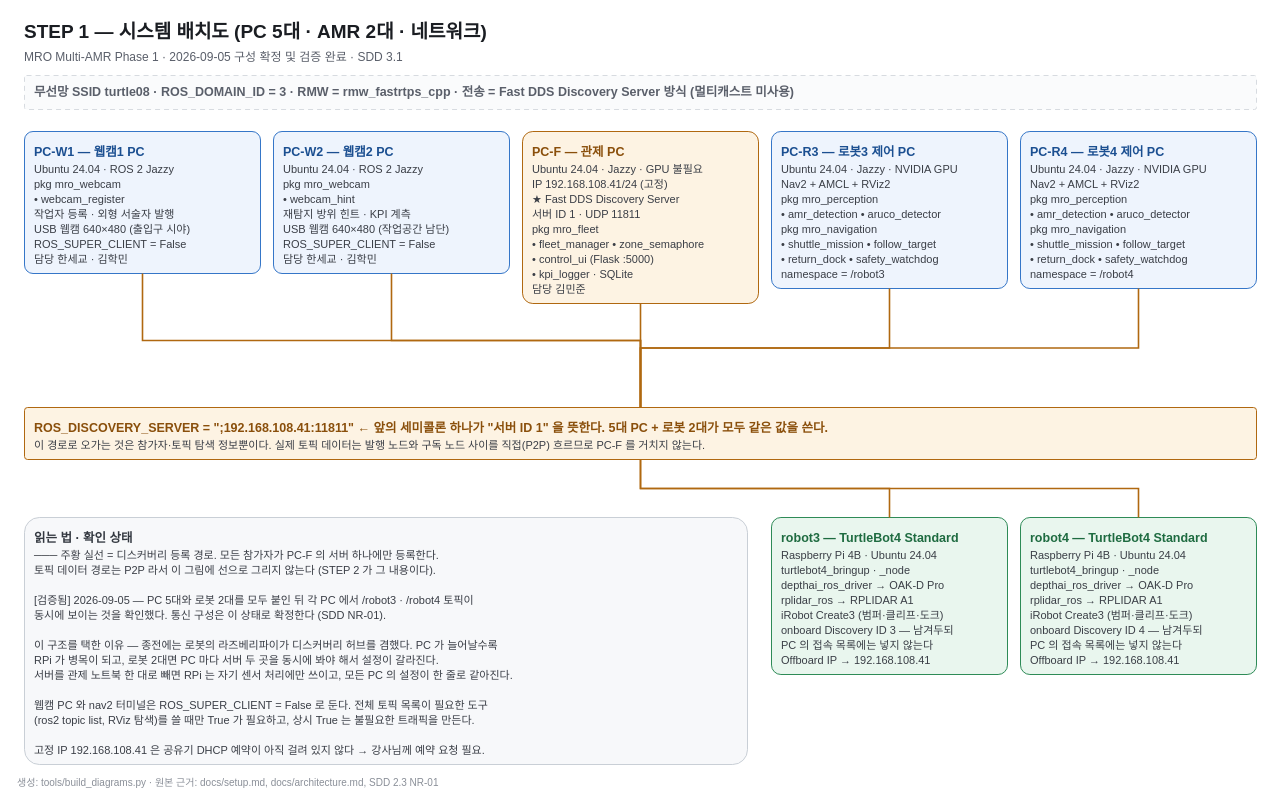
Before: page "STEP1 배치도" (3 of 6) of docs/diagrams/mro_design_diagrams.drawio in Jik-Kim/mro-multi-amr, a draw.io diagram. Source tidied: cells renumbered, new cells numbered last; positions are measured from the earlier drawing's top-left corner, leaving out a move shared by most shapes. Both pictures are drawn from the tidied source at 100%, with x=0, y=0 at pixel (17, 17).
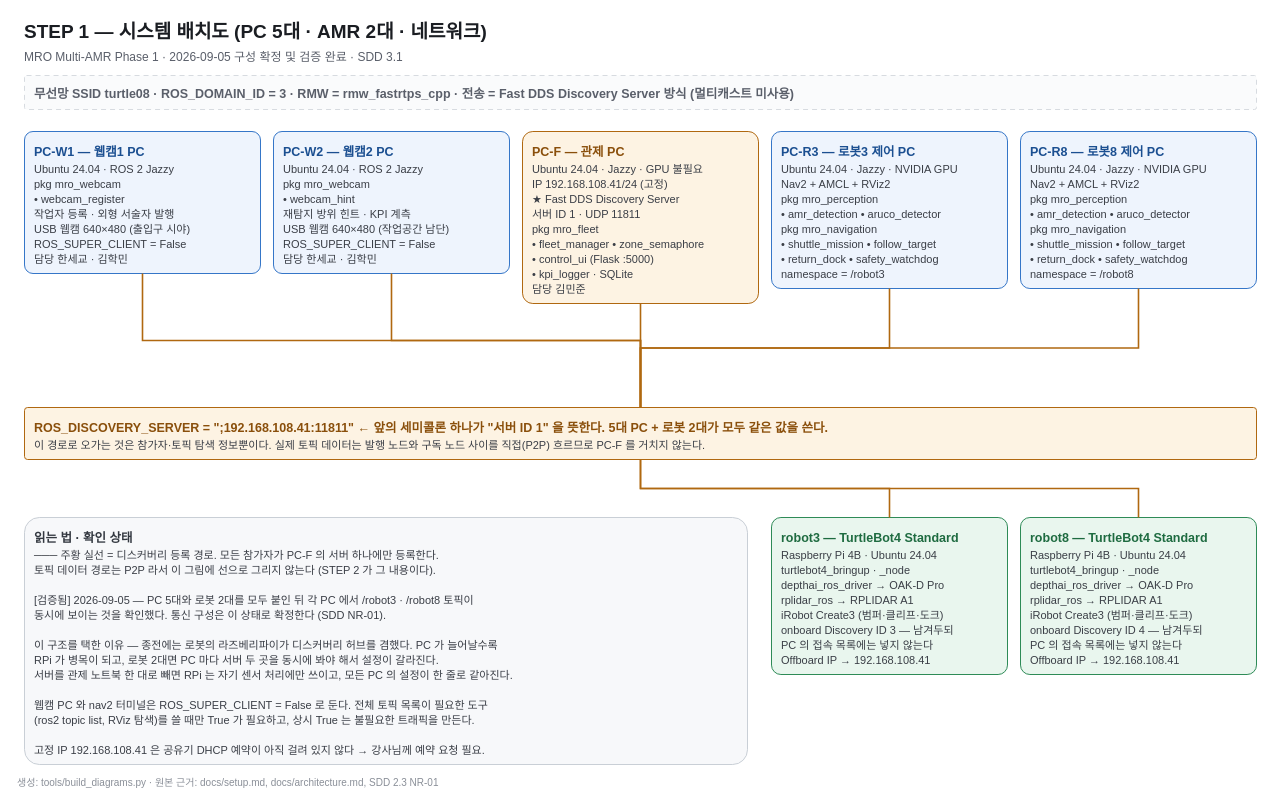
Above is the later version.

Commit message (it also covers changes not shown here):
설계도: STEP 0 통합 상세 2장 추가 · 기체 교체 반영 (draw.io 6페이지)

What changed in the source:
```diff
@@
-    <mxCell id="4" value="&lt;font style=&quot;font-size:12.5px;line-height:19px&quot; color=&quot;#5A5F6A&quot;&gt;&lt;b&gt;무선망 SSID turtle08   ·   ROS_DOMAIN_ID = 3   ·   RMW = rmw_fastrtps_cpp   ·   전송 = Fast DDS Discovery Server 방식 (멀티캐스트 미사용)&lt;/b&gt;&lt;/font&gt;" style="rounded=1;arcSize=6;whiteSpace=nowrap;html=1;fillColor=#FAFBFC;strokeColor=#D7DBE0;align=left;spacingLeft=10;verticalAlign=middle;spacing=0;spacingTop=0;spacingBottom=0;fontFamily=Noto Sans KR;fontSize=11;dashed=1;dashPattern=5 4;" parent="1" vertex="1">
+    <mxCell id="4" value="&lt;font style=&quot;font-size:12.5px;line-height:19px&quot; color=&quot;#5A5F6A&quot;&gt;&lt;b&gt;무선망 SSID turtle08   ·   ROS_DOMAIN_ID = 3   ·   RMW = rmw_fastrtps_cpp   ·   전송 = Fast DDS Discovery Server 방식 (멀티캐스트 미사용)&lt;/b&gt;&lt;/font&gt;" style="rounded=1;arcSize=6;whiteSpace=nowrap;html=1;fillColor=#FAFBFC;strokeColor=#D7DBE0;align=left;spacingLeft=10;verticalAlign=top;spacing=0;spacingTop=5;spacingBottom=0;fontFamily=Noto Sans KR;fontSize=11;dashed=1;dashPattern=5 4;" parent="1" vertex="1">
       <mxGeometry x="7" y="58" width="1232" height="34" as="geometry" />
     </mxCell>
@@
-    <mxCell id="9" value="&lt;font style=&quot;font-size:12.5px;line-height:19px&quot; color=&quot;#1B4F91&quot;&gt;&lt;b&gt;PC-R4 — 로봇4 제어 PC&lt;/b&gt;&lt;/font&gt;&lt;br&gt;&lt;font style=&quot;font-size:11px;line-height:15px&quot; color=&quot;#3A3E46&quot;&gt;Ubuntu 24.04 · Jazzy · NVIDIA GPU&lt;/font&gt;&lt;br&gt;&lt;font style=&quot;font-size:11px;line-height:15px&quot; color=&quot;#3A3E46&quot;&gt;Nav2 + AMCL + RViz2&lt;/font&gt;&lt;br&gt;&lt;font style=&quot;font-size:11px;line-height:15px&quot; color=&quot;#3A3E46&quot;&gt;pkg  mro_perception&lt;/font&gt;&lt;br&gt;&lt;font style=&quot;font-size:11px;line-height:15px&quot; color=&quot;#3A3E46&quot;&gt;• amr_detection  • aruco_detector&lt;/font&gt;&lt;br&gt;&lt;font style=&quot;font-size:11px;line-height:15px&quot; color=&quot;#3A3E46&quot;&gt;pkg  mro_navigation&lt;/font&gt;&lt;br&gt;&lt;font style=&quot;font-size:11px;line-height:15px&quot; color=&quot;#3A3E46&quot;&gt;• shuttle_mission  • follow_target&lt;/font&gt;&lt;br&gt;&lt;font style=&quot;font-size:11px;line-height:15px&quot; color=&quot;#3A3E46&quot;&gt;• return_dock  • safety_watchdog&lt;/font&gt;&lt;br&gt;&lt;font style=&quot;font-size:11px;line-height:15px&quot; color=&quot;#3A3E46&quot;&gt;namespace = /robot4&lt;/font&gt;" style="rounded=1;arcSize=6;whiteSpace=nowrap;html=1;fillColor=#EEF4FD;strokeColor=#3576C8;align=left;spacingLeft=10;verticalAlign=top;spacing=0;spacingTop=7;spacingBottom=0;fontFamily=Noto Sans KR;fontSize=11;dashed=0;" parent="1" vertex="1">
+    <mxCell id="9" value="&lt;font style=&quot;font-size:12.5px;line-height:19px&quot; color=&quot;#1B4F91&quot;&gt;&lt;b&gt;PC-R8 — 로봇8 제어 PC&lt;/b&gt;&lt;/font&gt;&lt;br&gt;&lt;font style=&quot;font-size:11px;line-height:15px&quot; color=&quot;#3A3E46&quot;&gt;Ubuntu 24.04 · Jazzy · NVIDIA GPU&lt;/font&gt;&lt;br&gt;&lt;font style=&quot;font-size:11px;line-height:15px&quot; color=&quot;#3A3E46&quot;&gt;Nav2 + AMCL + RViz2&lt;/font&gt;&lt;br&gt;&lt;font style=&quot;font-size:11px;line-height:15px&quot; color=&quot;#3A3E46&quot;&gt;pkg  mro_perception&lt;/font&gt;&lt;br&gt;&lt;font style=&quot;font-size:11px;line-height:15px&quot; color=&quot;#3A3E46&quot;&gt;• amr_detection  • aruco_detector&lt;/font&gt;&lt;br&gt;&lt;font style=&quot;font-size:11px;line-height:15px&quot; color=&quot;#3A3E46&quot;&gt;pkg  mro_navigation&lt;/font&gt;&lt;br&gt;&lt;font style=&quot;font-size:11px;line-height:15px&quot; color=&quot;#3A3E46&quot;&gt;• shuttle_mission  • follow_target&lt;/font&gt;&lt;br&gt;&lt;font style=&quot;font-size:11px;line-height:15px&quot; color=&quot;#3A3E46&quot;&gt;• return_dock  • safety_watchdog&lt;/font&gt;&lt;br&gt;&lt;font style=&quot;font-size:11px;line-height:15px&quot; color=&quot;#3A3E46&quot;&gt;namespace = /robot8&lt;/font&gt;" style="rounded=1;arcSize=6;whiteSpace=nowrap;html=1;fillColor=#EEF4FD;strokeColor=#3576C8;align=left;spacingLeft=10;verticalAlign=top;spacing=0;spacingTop=7;spacingBottom=0;fontFamily=Noto Sans KR;fontSize=11;dashed=0;" parent="1" vertex="1">
       <mxGeometry x="1003" y="114" width="236" height="157" as="geometry" />
     </mxCell>
@@
-    <mxCell id="12" value="&lt;font style=&quot;font-size:12.5px;line-height:19px&quot; color=&quot;#1E6B40&quot;&gt;&lt;b&gt;robot4 — TurtleBot4 Standard&lt;/b&gt;&lt;/font&gt;&lt;br&gt;&lt;font style=&quot;font-size:11px;line-height:15px&quot; color=&quot;#3A3E46&quot;&gt;Raspberry Pi 4B · Ubuntu 24.04&lt;/font&gt;&lt;br&gt;&lt;font style=&quot;font-size:11px;line-height:15px&quot; color=&quot;#3A3E46&quot;&gt;turtlebot4_bringup · _node&lt;/font&gt;&lt;br&gt;&lt;font style=&quot;font-size:11px;line-height:15px&quot; color=&quot;#3A3E46&quot;&gt;depthai_ros_driver → OAK-D Pro&lt;/font&gt;&lt;br&gt;&lt;font style=&quot;font-size:11px;line-height:15px&quot; color=&quot;#3A3E46&quot;&gt;rplidar_ros → RPLIDAR A1&lt;/font&gt;&lt;br&gt;&lt;font style=&quot;font-size:11px;line-height:15px&quot; color=&quot;#3A3E46&quot;&gt;iRobot Create3 (범퍼·클리프·도크)&lt;/font&gt;&lt;br&gt;&lt;font style=&quot;font-size:11px;line-height:15px&quot; color=&quot;#3A3E46&quot;&gt;onboard Discovery ID 4 — 남겨두되&lt;/font&gt;&lt;br&gt;&lt;font style=&quot;font-size:11px;line-height:15px&quot; color=&quot;#3A3E46&quot;&gt;PC 의 접속 목록에는 넣지 않는다&lt;/font&gt;&lt;br&gt;&lt;font style=&quot;font-size:11px;line-height:15px&quot; color=&quot;#3A3E46&quot;&gt;Offboard IP → 192.168.108.41&lt;/font&gt;" style="rounded=1;arcSize=6;whiteSpace=nowrap;html=1;fillColor=#E9F6EE;strokeColor=#2E8B57;align=left;spacingLeft=10;verticalAlign=top;spacing=0;spacingTop=7;spacingBottom=0;fontFamily=Noto Sans KR;fontSize=11;dashed=0;" parent="1" vertex="1">
+    <mxCell id="12" value="&lt;font style=&quot;font-size:12.5px;line-height:19px&quot; color=&quot;#1E6B40&quot;&gt;&lt;b&gt;robot8 — TurtleBot4 Standard&lt;/b&gt;&lt;/font&gt;&lt;br&gt;&lt;font style=&quot;font-size:11px;line-height:15px&quot; color=&quot;#3A3E46&quot;&gt;Raspberry Pi 4B · Ubuntu 24.04&lt;/font&gt;&lt;br&gt;&lt;font style=&quot;font-size:11px;line-height:15px&quot; color=&quot;#3A3E46&quot;&gt;turtlebot4_bringup · _node&lt;/font&gt;&lt;br&gt;&lt;font style=&quot;font-size:11px;line-height:15px&quot; color=&quot;#3A3E46&quot;&gt;depthai_ros_driver → OAK-D Pro&lt;/font&gt;&lt;br&gt;&lt;font style=&quot;font-size:11px;line-height:15px&quot; color=&quot;#3A3E46&quot;&gt;rplidar_ros → RPLIDAR A1&lt;/font&gt;&lt;br&gt;&lt;font style=&quot;font-size:11px;line-height:15px&quot; color=&quot;#3A3E46&quot;&gt;iRobot Create3 (범퍼·클리프·도크)&lt;/font&gt;&lt;br&gt;&lt;font style=&quot;font-size:11px;line-height:15px&quot; color=&quot;#3A3E46&quot;&gt;onboard Discovery ID 4 — 남겨두되&lt;/font&gt;&lt;br&gt;&lt;font style=&quot;font-size:11px;line-height:15px&quot; color=&quot;#3A3E46&quot;&gt;PC 의 접속 목록에는 넣지 않는다&lt;/font&gt;&lt;br&gt;&lt;font style=&quot;font-size:11px;line-height:15px&quot; color=&quot;#3A3E46&quot;&gt;Offboard IP → 192.168.108.41&lt;/font&gt;" style="rounded=1;arcSize=6;whiteSpace=nowrap;html=1;fillColor=#E9F6EE;strokeColor=#2E8B57;align=left;spacingLeft=10;verticalAlign=top;spacing=0;spacingTop=7;spacingBottom=0;fontFamily=Noto Sans KR;fontSize=11;dashed=0;" parent="1" vertex="1">
       <mxGeometry x="1003" y="500" width="236" height="157" as="geometry" />
     </mxCell>
-    <mxCell id="13" value="&lt;font style=&quot;font-size:12.5px;line-height:19px&quot; color=&quot;#333840&quot;&gt;&lt;b&gt;읽는 법 · 확인 상태&lt;/b&gt;&lt;/font&gt;&lt;br&gt;&lt;font style=&quot;font-size:11px;line-height:15px&quot; color=&quot;#3A3E46&quot;&gt;─── 주황 실선 = 디스커버리 등록 경로. 모든 참가자가 PC-F 의 서버 하나에만 등록한다.&lt;/font&gt;&lt;br&gt;&lt;font style=&quot;font-size:11px;line-height:15px&quot; color=&quot;#3A3E46&quot;&gt;      토픽 데이터 경로는 P2P 라서 이 그림에 선으로 그리지 않는다 (STEP 2 가 그 내용이다).&lt;/font&gt;&lt;br&gt;&lt;font style=&quot;font-size:11px;line-height:15px&quot; color=&quot;#3A3E46&quot;&gt;&lt;/font&gt;&lt;br&gt;&lt;font style=&quot;font-size:11px;line-height:15px&quot; color=&quot;#3A3E46&quot;&gt;[검증됨] 2026-09-05 — PC 5대와 로봇 2대를 모두 붙인 뒤 각 PC 에서 /robot3 · /robot4 토픽이&lt;/font&gt;&lt;br&gt;&lt;font style=&quot;font-size:11px;line-height:15px&quot; color=&quot;#3A3E46&quot;&gt;      동시에 보이는 것을 확인했다. 통신 구성은 이 상태로 확정한다 (SDD NR-01).&lt;/font&gt;&lt;br&gt;&lt;font style=&quot;font-size:11px;line-height:15px&quot; color=&quot;#3A3E46&quot;&gt;&lt;/font&gt;&lt;br&gt;&lt;font style=&quot;font-size:11px;line-height:15px&quot; color=&quot;#3A3E46&quot;&gt;이 구조를 택한 이유 — 종전에는 로봇의 라즈베리파이가 디스커버리 허브를 겸했다. PC 가 늘어날수록&lt;/font&gt;&lt;br&gt;&lt;font style=&quot;font-size:11px;line-height:15px&quot; color=&quot;#3A3E46&quot;&gt;      RPi 가 병목이 되고, 로봇 2대면 PC 마다 서버 두 곳을 동시에 봐야 해서 설정이 갈라진다.&lt;/font&gt;&lt;br&gt;&lt;font style=&quot;font-size:11px;line-height:15px&quot; color=&quot;#3A3E46&quot;&gt;      서버를 관제 노트북 한 대로 빼면 RPi 는 자기 센서 처리에만 쓰이고, 모든 PC 의 설정이 한 줄로 같아진다.&lt;/font&gt;&lt;br&gt;&lt;font style=&quot;font-size:11px;line-height:15px&quot; color=&quot;#3A3E46&quot;&gt;&lt;/font&gt;&lt;br&gt;&lt;font style=&quot;font-size:11px;line-height:15px&quot; color=&quot;#3A3E46&quot;&gt;웹캠 PC 와 nav2 터미널은 ROS_SUPER_CLIENT = False 로 둔다. 전체 토픽 목록이 필요한 도구&lt;/font&gt;&lt;br&gt;&lt;font style=&quot;font-size:11px;line-height:15px&quot; color=&quot;#3A3E46&quot;&gt;      (ros2 topic list, RViz 탐색)를 쓸 때만 True 가 필요하고, 상시 True 는 불필요한 트래픽을 만든다.&lt;/font&gt;&lt;br&gt;&lt;font style=&quot;font-size:11px;line-height:15px&quot; color=&quot;#3A3E46&quot;&gt;&lt;/font&gt;&lt;br&gt;&lt;font style=&quot;font-size:11px;line-height:15px&quot; color=&quot;#3A3E46&quot;&gt;고정 IP 192.168.108.41 은 공유기 DHCP 예약이 아직 걸려 있지 않다 → 강사님께 예약 요청 필요.&lt;/font&gt;" style="rounded=1;arcSize=6;whiteSpace=nowrap;html=1;fillColor=#F7F8FA;strokeColor=#C9CFD6;align=left;spacingLeft=10;verticalAlign=top;spacing=0;spacingTop=7;spacingBottom=0;fontFamily=Noto Sans KR;fontSize=11;dashed=0;" parent="1" vertex="1">
+    <mxCell id="13" value="&lt;font style=&quot;font-size:12.5px;line-height:19px&quot; color=&quot;#333840&quot;&gt;&lt;b&gt;읽는 법 · 확인 상태&lt;/b&gt;&lt;/font&gt;&lt;br&gt;&lt;font style=&quot;font-size:11px;line-height:15px&quot; color=&quot;#3A3E46&quot;&gt;─── 주황 실선 = 디스커버리 등록 경로. 모든 참가자가 PC-F 의 서버 하나에만 등록한다.&lt;/font&gt;&lt;br&gt;&lt;font style=&quot;font-size:11px;line-height:15px&quot; color=&quot;#3A3E46&quot;&gt;      토픽 데이터 경로는 P2P 라서 이 그림에 선으로 그리지 않는다 (STEP 2 가 그 내용이다).&lt;/font&gt;&lt;br&gt;&lt;font style=&quot;font-size:11px;line-height:15px&quot; color=&quot;#3A3E46&quot;&gt;&lt;/font&gt;&lt;br&gt;&lt;font style=&quot;font-size:11px;line-height:15px&quot; color=&quot;#3A3E46&quot;&gt;[검증됨] 2026-09-05 — PC 5대와 로봇 2대를 모두 붙인 뒤 각 PC 에서 /robot3 · /robot8 토픽이&lt;/font&gt;&lt;br&gt;&lt;font style=&quot;font-size:11px;line-height:15px&quot; color=&quot;#3A3E46&quot;&gt;      동시에 보이는 것을 확인했다. 통신 구성은 이 상태로 확정한다 (SDD NR-01).&lt;/font&gt;&lt;br&gt;&lt;font style=&quot;font-size:11px;line-height:15px&quot; color=&quot;#3A3E46&quot;&gt;&lt;/font&gt;&lt;br&gt;&lt;font style=&quot;font-size:11px;line-height:15px&quot; color=&quot;#3A3E46&quot;&gt;이 구조를 택한 이유 — 종전에는 로봇의 라즈베리파이가 디스커버리 허브를 겸했다. PC 가 늘어날수록&lt;/font&gt;&lt;br&gt;&lt;font style=&quot;font-size:11px;line-height:15px&quot; color=&quot;#3A3E46&quot;&gt;      RPi 가 병목이 되고, 로봇 2대면 PC 마다 서버 두 곳을 동시에 봐야 해서 설정이 갈라진다.&lt;/font&gt;&lt;br&gt;&lt;font style=&quot;font-size:11px;line-height:15px&quot; color=&quot;#3A3E46&quot;&gt;      서버를 관제 노트북 한 대로 빼면 RPi 는 자기 센서 처리에만 쓰이고, 모든 PC 의 설정이 한 줄로 같아진다.&lt;/font&gt;&lt;br&gt;&lt;font style=&quot;font-size:11px;line-height:15px&quot; color=&quot;#3A3E46&quot;&gt;&lt;/font&gt;&lt;br&gt;&lt;font style=&quot;font-size:11px;line-height:15px&quot; color=&quot;#3A3E46&quot;&gt;웹캠 PC 와 nav2 터미널은 ROS_SUPER_CLIENT = False 로 둔다. 전체 토픽 목록이 필요한 도구&lt;/font&gt;&lt;br&gt;&lt;font style=&quot;font-size:11px;line-height:15px&quot; color=&quot;#3A3E46&quot;&gt;      (ros2 topic list, RViz 탐색)를 쓸 때만 True 가 필요하고, 상시 True 는 불필요한 트래픽을 만든다.&lt;/font&gt;&lt;br&gt;&lt;font style=&quot;font-size:11px;line-height:15px&quot; color=&quot;#3A3E46&quot;&gt;&lt;/font&gt;&lt;br&gt;&lt;font style=&quot;font-size:11px;line-height:15px&quot; color=&quot;#3A3E46&quot;&gt;고정 IP 192.168.108.41 은 공유기 DHCP 예약이 아직 걸려 있지 않다 → 강사님께 예약 요청 필요.&lt;/font&gt;" style="rounded=1;arcSize=6;whiteSpace=nowrap;html=1;fillColor=#F7F8FA;strokeColor=#C9CFD6;align=left;spacingLeft=10;verticalAlign=top;spacing=0;spacingTop=7;spacingBottom=0;fontFamily=Noto Sans KR;fontSize=11;dashed=0;" parent="1" vertex="1">
       <mxGeometry x="7" y="500" width="723" height="247" as="geometry" />
     </mxCell>
```
